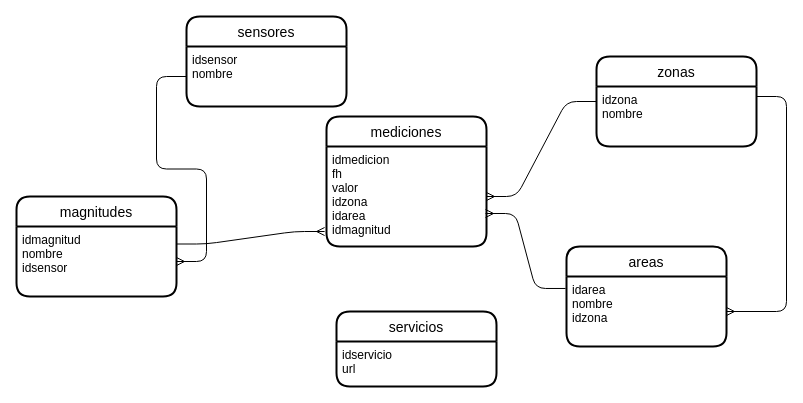
Before: app/01_doc/diagramas_modelos/Diagrama1.drawio in moimu/pr200, a draw.io diagram. Source tidied: cells renumbered, new cells numbered last; positions are measured from the earlier drawing's top-left corner, leaving out a move shared by most shapes. Both pictures are drawn from the tidied source at 100%, with x=0, y=0 at pixel (16, 16).
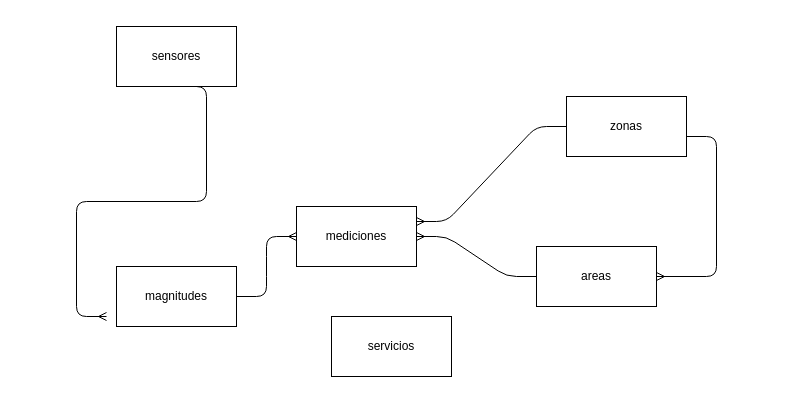
After the change.

Change to the diagram source:
```diff
@@
-    <mxCell id="2" value="servicios" style="swimlane;horizontal=1;startSize=30;rounded=1;fontSize=14;fontStyle=0;strokeWidth=2;shadow=0;dashed=0;align=center;" parent="1" vertex="1">
-      <mxGeometry x="320" y="295" width="160" height="75" as="geometry" />
-    </mxCell>
-    <mxCell id="3" value="idservicio&#10;url&#10;" style="align=left;strokeColor=none;fillColor=none;spacingLeft=4;fontSize=12;verticalAlign=top;" parent="2" vertex="1">
-      <mxGeometry y="30" width="160" height="45" as="geometry" />
-    </mxCell>
-    <mxCell id="4" style="edgeStyle=orthogonalEdgeStyle;rounded=0;orthogonalLoop=1;jettySize=auto;html=1;exitX=0.5;exitY=1;exitDx=0;exitDy=0;" parent="2" edge="1" source="3" target="3">
-      <mxGeometry relative="1" as="geometry" />
-    </mxCell>
-    <mxCell id="5" value="zonas" style="swimlane;horizontal=1;startSize=30;rounded=1;fontSize=14;fontStyle=0;strokeWidth=2;shadow=0;dashed=0;align=center;" parent="1" vertex="1">
-      <mxGeometry x="580" y="40" width="160" height="90" as="geometry" />
-    </mxCell>
-    <mxCell id="6" value="idzona&#10;nombre" style="align=left;strokeColor=none;fillColor=none;spacingLeft=4;fontSize=12;verticalAlign=top;" parent="5" vertex="1">
-      <mxGeometry y="30" width="160" height="60" as="geometry" />
-    </mxCell>
-    <mxCell id="7" value="areas" style="swimlane;horizontal=1;startSize=30;rounded=1;fontSize=14;fontStyle=0;strokeWidth=2;shadow=0;dashed=0;align=center;" parent="1" vertex="1">
-      <mxGeometry x="550" y="230" width="160" height="100" as="geometry" />
-    </mxCell>
-    <mxCell id="8" value="idarea&#10;nombre&#10;idzona&#10;" style="align=left;strokeColor=none;fillColor=none;spacingLeft=4;fontSize=12;verticalAlign=top;" parent="7" vertex="1">
-      <mxGeometry y="30" width="160" height="70" as="geometry" />
-    </mxCell>
-    <mxCell id="9" value="mediciones" style="swimlane;horizontal=1;startSize=30;rounded=1;fontSize=14;fontStyle=0;strokeWidth=2;shadow=0;dashed=0;align=center;" parent="1" vertex="1">
-      <mxGeometry x="310" y="100" width="160" height="130" as="geometry" />
-    </mxCell>
-    <mxCell id="10" value="idmedicion&#10;fh&#10;valor&#10;idzona&#10;idarea&#10;idmagnitud&#10;" style="align=left;strokeColor=none;fillColor=none;spacingLeft=4;fontSize=12;verticalAlign=top;" parent="9" vertex="1">
-      <mxGeometry y="30" width="160" height="100" as="geometry" />
-    </mxCell>
-    <mxCell id="11" value="magnitudes" style="swimlane;horizontal=1;startSize=30;rounded=1;fontSize=14;fontStyle=0;strokeWidth=2;shadow=0;dashed=0;align=center;" parent="1" vertex="1">
-      <mxGeometry y="180" width="160" height="100" as="geometry" />
-    </mxCell>
-    <mxCell id="12" value="idmagnitud&#10;nombre&#10;idsensor" style="align=left;strokeColor=none;fillColor=none;spacingLeft=4;fontSize=12;verticalAlign=top;" parent="11" vertex="1">
-      <mxGeometry y="30" width="160" height="70" as="geometry" />
-    </mxCell>
-    <mxCell id="13" value="sensores" style="swimlane;horizontal=1;startSize=30;rounded=1;fontSize=14;fontStyle=0;strokeWidth=2;shadow=0;dashed=0;align=center;" parent="1" vertex="1">
-      <mxGeometry x="170" width="160" height="90" as="geometry" />
-    </mxCell>
-    <mxCell id="14" value="idsensor&#10;nombre" style="align=left;strokeColor=none;fillColor=none;spacingLeft=4;fontSize=12;verticalAlign=top;" parent="13" vertex="1">
-      <mxGeometry y="30" width="160" height="60" as="geometry" />
-    </mxCell>
-    <mxCell id="15" style="edgeStyle=entityRelationEdgeStyle;fontSize=12;html=1;endArrow=ERmany;entryX=1;entryY=0.5;entryDx=0;entryDy=0;" parent="1" edge="1" source="14" target="12">
-      <mxGeometry relative="1" as="geometry" />
+    <mxCell id="15" style="edgeStyle=entityRelationEdgeStyle;fontSize=12;html=1;endArrow=ERmany;exitX=0.5;exitY=1;exitDx=0;exitDy=0;" parent="1" edge="1" source="13">
+      <mxGeometry relative="1" as="geometry">
+        <mxPoint x="90" y="300" as="targetPoint" />
+      </mxGeometry>
     </mxCell>
-    <mxCell id="16" style="edgeStyle=entityRelationEdgeStyle;fontSize=12;html=1;endArrow=ERmany;exitX=1;exitY=0.25;exitDx=0;exitDy=0;entryX=-0.012;entryY=0.85;entryDx=0;entryDy=0;entryPerimeter=0;" parent="1" edge="1" source="12" target="10">
+    <mxCell id="16" style="edgeStyle=entityRelationEdgeStyle;fontSize=12;html=1;endArrow=ERmany;exitX=1;exitY=0.5;exitDx=0;exitDy=0;entryX=0;entryY=0.5;entryDx=0;entryDy=0;" parent="1" edge="1" source="11" target="9">
       <mxGeometry relative="1" as="geometry" />
     </mxCell>
-    <mxCell id="17" style="edgeStyle=entityRelationEdgeStyle;fontSize=12;html=1;endArrow=ERmany;exitX=0;exitY=0.25;exitDx=0;exitDy=0;entryX=1;entryY=0.5;entryDx=0;entryDy=0;" parent="1" edge="1" source="6" target="10">
+    <mxCell id="17" style="edgeStyle=entityRelationEdgeStyle;fontSize=12;html=1;endArrow=ERmany;entryX=1;entryY=0.25;entryDx=0;entryDy=0;exitX=0;exitY=0.5;exitDx=0;exitDy=0;" parent="1" edge="1" source="5" target="9">
       <mxGeometry relative="1" as="geometry" />
     </mxCell>
-    <mxCell id="18" style="edgeStyle=entityRelationEdgeStyle;fontSize=12;html=1;endArrow=ERmany;exitX=-0.006;exitY=0.171;exitDx=0;exitDy=0;exitPerimeter=0;entryX=0.994;entryY=0.67;entryDx=0;entryDy=0;entryPerimeter=0;" parent="1" edge="1" source="8" target="10">
+    <mxCell id="18" style="edgeStyle=entityRelationEdgeStyle;fontSize=12;html=1;endArrow=ERmany;entryX=1;entryY=0.5;entryDx=0;entryDy=0;exitX=0;exitY=0.5;exitDx=0;exitDy=0;" parent="1" edge="1" source="7" target="9">
       <mxGeometry relative="1" as="geometry" />
     </mxCell>
-    <mxCell id="19" style="edgeStyle=entityRelationEdgeStyle;fontSize=12;html=1;endArrow=ERmany;entryX=1;entryY=0.5;entryDx=0;entryDy=0;" parent="1" edge="1" target="8">
+    <mxCell id="19" style="edgeStyle=entityRelationEdgeStyle;fontSize=12;html=1;endArrow=ERmany;entryX=1;entryY=0.5;entryDx=0;entryDy=0;" parent="1" edge="1" target="7">
       <mxGeometry relative="1" as="geometry">
-        <mxPoint x="740" y="80" as="sourcePoint" />
+        <mxPoint x="670" y="120" as="sourcePoint" />
       </mxGeometry>
     </mxCell>
+    <mxCell id="13" value="sensores" style="rounded=0;whiteSpace=wrap;html=1;" parent="1" vertex="1">
+      <mxGeometry x="100" y="10" width="120" height="60" as="geometry" />
+    </mxCell>
+    <mxCell id="5" value="zonas" style="rounded=0;whiteSpace=wrap;html=1;" parent="1" vertex="1">
+      <mxGeometry x="550" y="80" width="120" height="60" as="geometry" />
+    </mxCell>
+    <mxCell id="11" value="magnitudes" style="rounded=0;whiteSpace=wrap;html=1;" parent="1" vertex="1">
+      <mxGeometry x="100" y="250" width="120" height="60" as="geometry" />
+    </mxCell>
+    <mxCell id="9" value="mediciones" style="rounded=0;whiteSpace=wrap;html=1;" parent="1" vertex="1">
+      <mxGeometry x="280" y="190" width="120" height="60" as="geometry" />
+    </mxCell>
+    <mxCell id="7" value="areas" style="rounded=0;whiteSpace=wrap;html=1;" parent="1" vertex="1">
+      <mxGeometry x="520" y="230" width="120" height="60" as="geometry" />
+    </mxCell>
+    <mxCell id="2" value="servicios" style="rounded=0;whiteSpace=wrap;html=1;" parent="1" vertex="1">
+      <mxGeometry x="315" y="300" width="120" height="60" as="geometry" />
+    </mxCell>
```
